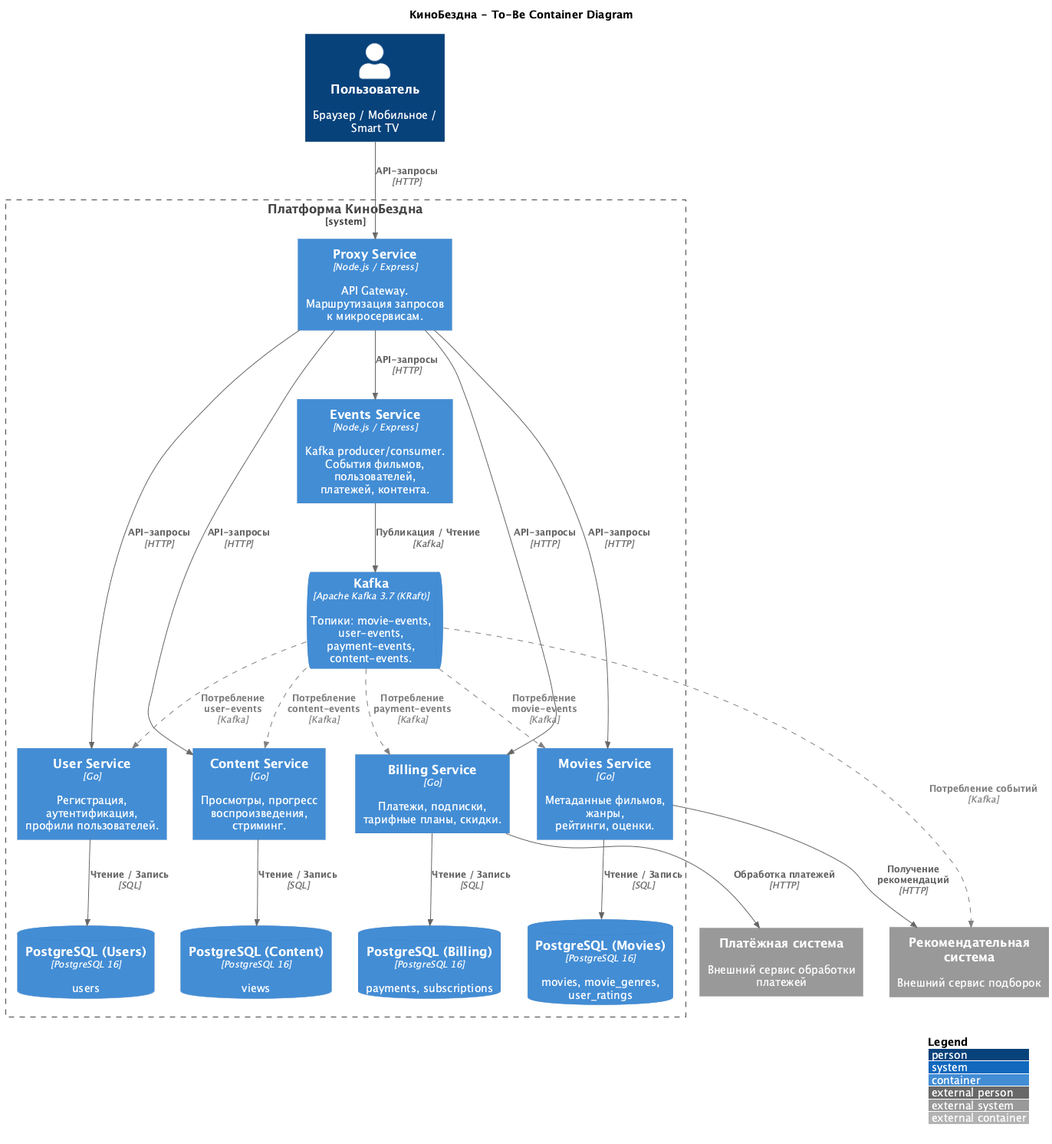
This is docs/c4-container-diagram.png from SiritosKon/architecture-cinemaabyss, a PlantUML export, as it was before one commit.
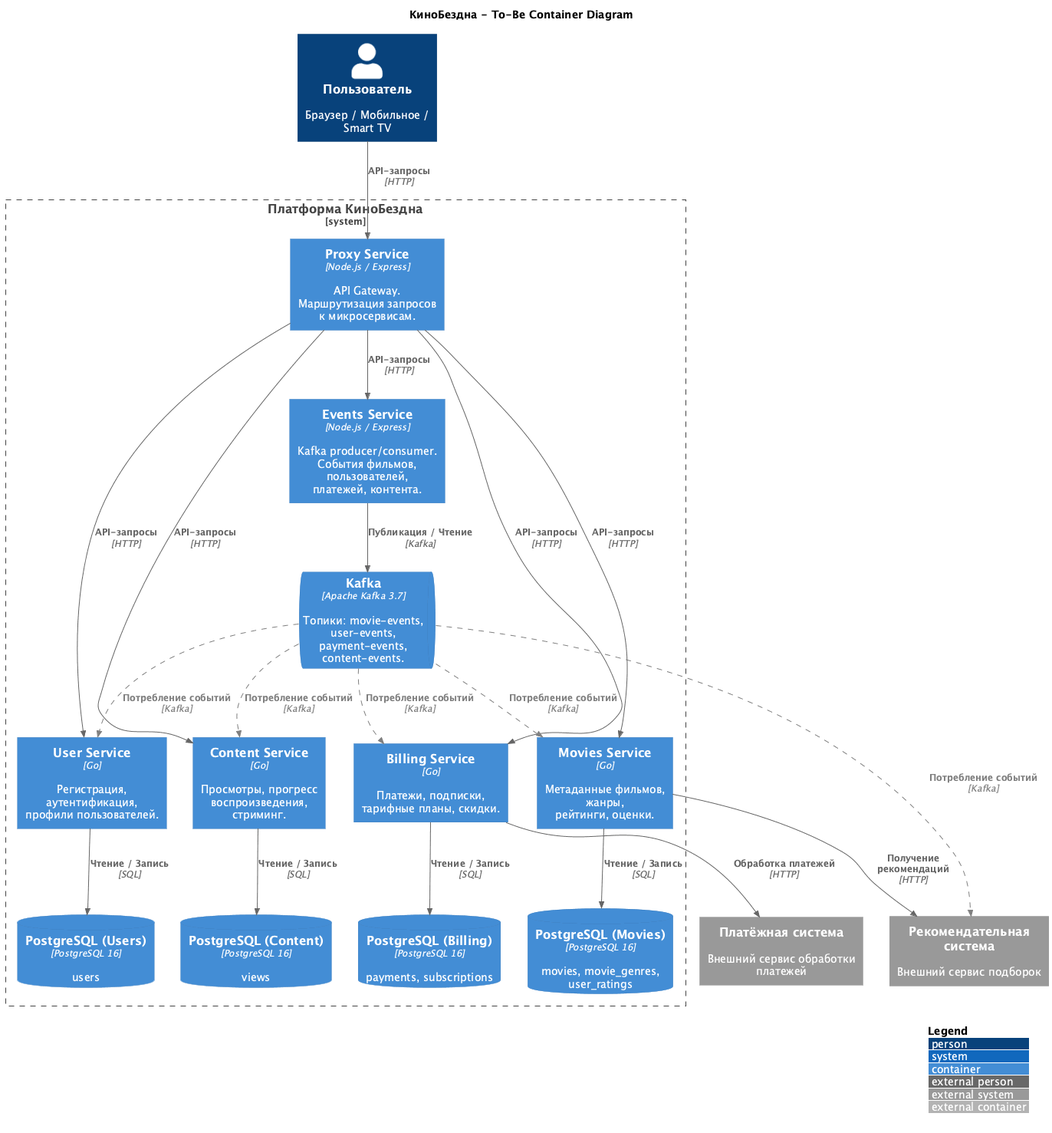
After the change.

Commit message:
fix: remove KRaft label, clean up diagram layout

What changed in the source:
```diff
@@ -2,6 +2,7 @@
 !include https://raw.githubusercontent.com/plantuml-stdlib/C4-PlantUML/master/C4_Container.puml
 
 LAYOUT_WITH_LEGEND()
+LAYOUT_TOP_DOWN()
 
 AddRelTag("future", $lineStyle = DashedLine(), $lineColor = "gray", $textColor = "gray")
 
@@ -9,56 +10,49 @@
 
 Person(user, "Пользователь", "Браузер / Мобильное / Smart TV")
 
+System_Ext(payment, "Платёжная система", "Внешний сервис обработки платежей")
 System_Ext(recsys, "Рекомендательная система", "Внешний сервис подборок")
-System_Ext(payment, "Платёжная система", "Внешний сервис обработки платежей")
 
 System_Boundary(platform, "Платформа КиноБездна") {
 
     Container(proxy, "Proxy Service", "Node.js / Express", "API Gateway.\nМаршрутизация запросов\nк микросервисам.")
 
     Container(users_svc, "User Service", "Go", "Регистрация, аутентификация,\nпрофили пользователей.")
-
     Container(billing, "Billing Service", "Go", "Платежи, подписки,\nтарифные планы, скидки.")
-
+    Container(movies, "Movies Service", "Go", "Метаданные фильмов, жанры,\nрейтинги, оценки.")
     Container(content, "Content Service", "Go", "Просмотры, прогресс\nвоспроизведения, стриминг.")
-
-    Container(movies, "Movies Service", "Go", "Метаданные фильмов, жанры,\nрейтинги, оценки.")
-
     Container(events, "Events Service", "Node.js / Express", "Kafka producer/consumer.\nСобытия фильмов, пользователей,\nплатежей, контента.")
 
     ContainerDb(postgres_users, "PostgreSQL (Users)", "PostgreSQL 16", "users")
-
     ContainerDb(postgres_billing, "PostgreSQL (Billing)", "PostgreSQL 16", "payments, subscriptions")
-
+    ContainerDb(postgres_movies, "PostgreSQL (Movies)", "PostgreSQL 16", "movies, movie_genres,\nuser_ratings")
     ContainerDb(postgres_content, "PostgreSQL (Content)", "PostgreSQL 16", "views")
 
-    ContainerDb(postgres_movies, "PostgreSQL (Movies)", "PostgreSQL 16", "movies, movie_genres,\nuser_ratings")
-
-    ContainerQueue(kafka, "Kafka", "Apache Kafka 3.7 (KRaft)", "Топики: movie-events,\nuser-events, payment-events,\ncontent-events.")
+    ContainerQueue(kafka, "Kafka", "Apache Kafka 3.7", "Топики: movie-events,\nuser-events, payment-events,\ncontent-events.")
 }
 
-Rel(user, proxy, "API-запросы", "HTTP")
+Rel_D(user, proxy, "API-запросы", "HTTP")
 
-Rel(proxy, users_svc, "API-запросы", "HTTP")
-Rel(proxy, billing, "API-запросы", "HTTP")
-Rel(proxy, content, "API-запросы", "HTTP")
-Rel(proxy, movies, "API-запросы", "HTTP")
-Rel(proxy, events, "API-запросы", "HTTP")
+Rel_D(proxy, users_svc, "API-запросы", "HTTP")
+Rel_D(proxy, billing, "API-запросы", "HTTP")
+Rel_D(proxy, movies, "API-запросы", "HTTP")
+Rel_D(proxy, content, "API-запросы", "HTTP")
+Rel_D(proxy, events, "API-запросы", "HTTP")
 
-Rel(users_svc, postgres_users, "Чтение / Запись", "SQL")
-Rel(billing, postgres_billing, "Чтение / Запись", "SQL")
-Rel(content, postgres_content, "Чтение / Запись", "SQL")
-Rel(movies, postgres_movies, "Чтение / Запись", "SQL")
+Rel_D(users_svc, postgres_users, "Чтение / Запись", "SQL")
+Rel_D(billing, postgres_billing, "Чтение / Запись", "SQL")
+Rel_D(movies, postgres_movies, "Чтение / Запись", "SQL")
+Rel_D(content, postgres_content, "Чтение / Запись", "SQL")
 
-Rel(events, kafka, "Публикация / Чтение", "Kafka")
+Rel_D(events, kafka, "Публикация / Чтение", "Kafka")
 
 Rel(billing, payment, "Обработка платежей", "HTTP")
 Rel(movies, recsys, "Получение рекомендаций", "HTTP")
 
-Rel(kafka, users_svc, "Потребление user-events", "Kafka", $tags="future")
-Rel(kafka, billing, "Потребление payment-events", "Kafka", $tags="future")
-Rel(kafka, content, "Потребление content-events", "Kafka", $tags="future")
-Rel(kafka, movies, "Потребление movie-events", "Kafka", $tags="future")
+Rel(kafka, users_svc, "Потребление событий", "Kafka", $tags="future")
+Rel(kafka, billing, "Потребление событий", "Kafka", $tags="future")
+Rel(kafka, content, "Потребление событий", "Kafka", $tags="future")
+Rel(kafka, movies, "Потребление событий", "Kafka", $tags="future")
 Rel(kafka, recsys, "Потребление событий", "Kafka", $tags="future")
 
 @enduml
```
